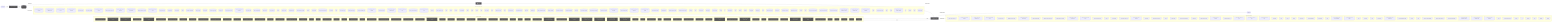
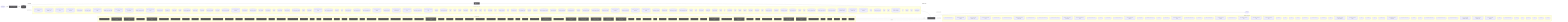
flowchart LR
  UserQ(["👤 User Query"])
  Embed["📐 Embedding Model"]
  VecDB[("📚 Vector Store")]
  Retriever["🔍 Retriever"]
  LLMNode["🧠 LLM / Generator"]
  Output(["✅ Response"])
  UserQ -->|query| Embed
  Embed -->|vector| VecDB
  VecDB -->|top-k chunks| Retriever
  Retriever -->|context + query| LLMNode
  LLMNode -->|generated answer| Output
  subgraph DetectedMemory["Detected memory stores"]
    det_detectedmemory_check_steering_feedback_contract_80134459[("check-steering-feedback-contract")]
    det_detectedmemory_prompt_context_drift_validate_runner_c8ecc6f5[("prompt-context-drift-validate-runner")]
    det_detectedmemory_prompt_context_drift_write_runner_69e6a4fd[("prompt-context-drift-write-runner")]
    det_detectedmemory_normalize_workflow_contracts_8701f1c8[("normalize-workflow-contracts")]
    det_detectedmemory_run_harness_evals_77704768[("run-harness-evals")]
    det_detectedmemory_sync_codex_preflight_7e7a8dc2[("sync-codex-preflight")]
    det_detectedmemory_test_harness_upgrade_matrix_84113c4e[("test-harness-upgrade-matrix")]
    det_detectedmemory_validate_prompt_context_drift_8c949ef6[("validate-prompt-context-drift")]
    det_detectedmemory_validate_runtime_packet_schemas_bc3ba8ec[("validate-runtime-packet-schemas")]
    det_detectedmemory_validate_system_prompt_gap_adoption_62d8c955[("validate-system-prompt-gap-adoption")]
    det_detectedmemory_validate_workflow_contracts_33dc063c[("validate-workflow-contracts")]
    det_detectedmemory_write_prompt_context_drift_report_71a4e149[("write-prompt-context-drift-report")]
    det_detectedmemory_branch_protect_core_a8feb0fd[("branch-protect-core")]
    det_detectedmemory_ci_migrate_core_7005b5af[("ci-migrate-core")]
    det_detectedmemory_context_health_80bb7da9[("context-health")]
    det_detectedmemory_context_ea7792a2[("context")]
    det_detectedmemory_docs_gate_classification_2f51c90b[("docs-gate-classification")]
    det_detectedmemory_docs_gate_types_d285abb6[("docs-gate-types")]
    det_detectedmemory_index_context_de3ed39d[("index-context")]
    det_detectedmemory_local_memory_preflight_dcc36c42[("local-memory-preflight")]
    det_detectedmemory_memory_gate_a577a506[("memory-gate")]
    det_detectedmemory_next_prompt_context_drift_3c5a93d5[("next-prompt-context-drift")]
    det_detectedmemory_next_recommendation_decisions_03315dd4[("next-recommendation-decisions")]
    det_detectedmemory_next_runner_state_be6fe997[("next-runner-state")]
    det_detectedmemory_pattern_scope_siblings_43abe000[("pattern-scope-siblings")]
    det_detectedmemory_review_context_ca6cf81d[("review-context")]
    det_detectedmemory_review_gate_core_4c8001f9[("review-gate-core")]
    det_detectedmemory_search_24193290[("search")]
    det_detectedmemory_session_context_e5ec72c0[("session-context")]
    det_detectedmemory_tooling_audit_core_328d6a41[("tooling-audit-core")]
    det_detectedmemory_run_local_memory_preflight_36e92808[("run-local-memory-preflight")]
    det_detectedmemory_checker_d2d2328e[("checker")]
    det_detectedmemory_context_health_1_ceb11829[("context-health")]
+     det_detectedmemory_prompt_context_drift_report_reader_dda0f4d7[("prompt-context-drift-report-reader")]
    det_detectedmemory_prompt_context_drift_surface_c1e30b42[("prompt-context-drift-surface")]
    det_detectedmemory_test_fixtures_c2f936b0[("test-fixtures")]
    det_detectedmemory_types_2_d9bc6e7a[("types")]
    det_detectedmemory_branch_protect_sync_570adb18[("branch-protect-sync")]
    det_detectedmemory_builtin_command_specs_ac7d392e[("builtin-command-specs")]
    det_detectedmemory_command_capability_rules_ca3f496a[("command-capability-rules")]
    det_detectedmemory_command_expected_artifacts_6469c2fb[("command-expected-artifacts")]
    det_detectedmemory_command_specs_core_1c0ffc99[("command-specs-core")]
    det_detectedmemory_local_memory_preflight_command_spec_9e23f3ce[("local-memory-preflight-command-spec")]
    det_detectedmemory_memory_gate_command_spec_dc9001a9[("memory-gate-command-spec")]
    det_detectedmemory_review_gate_command_spec_3187376a[("review-gate-command-spec")]
    det_detectedmemory_session_context_command_spec_973afbb1[("session-context-command-spec")]
    det_detectedmemory_constants_7517017f[("constants")]
    det_detectedmemory_context_compact_policy_3dcaf95d[("context-compact-policy")]
    det_detectedmemory_index_3_7e40d474[("index")]
    det_detectedmemory_indexer_70fa78e5[("indexer")]
    det_detectedmemory_init_error_5c7dd49f[("init-error")]
    det_detectedmemory_lexical_fallback_723e2b3e[("lexical-fallback")]
    det_detectedmemory_ollama_76e3c7bf[("ollama")]
    det_detectedmemory_rollout_a4fa034c[("rollout")]
    det_detectedmemory_sources_878a52fc[("sources")]
    det_detectedmemory_store_824d80d7[("store")]
    det_detectedmemory_sync_contract_c79fa191[("sync-contract")]
    det_detectedmemory_types_8_f6283648[("types")]
    det_detectedmemory_harness_run_context_ac7c77a9[("harness-run-context")]
    det_detectedmemory_index_4_013aa0e3[("index")]
    det_detectedmemory_json_schema_core_96d7e328[("json-schema-core")]
    det_detectedmemory_policy_validators_core_714a3fe7[("policy-validators-core")]
    det_detectedmemory_types_core_e405ddca[("types-core")]
    det_detectedmemory_validator_core_4358f8ba[("validator-core")]
    det_detectedmemory_archive_candidates_scanner_d0931789[("archive-candidates-scanner")]
    det_detectedmemory_archive_candidates_dc0e40e1[("archive-candidates")]
    det_detectedmemory_docs_task_eval_contract_79347457[("docs-task-eval-contract")]
    det_detectedmemory_docs_task_eval_fixtures_44902755[("docs-task-eval-fixtures")]
    det_detectedmemory_init_modes_c05ceb07[("init-modes")]
    det_detectedmemory_project_brain_templates_7ef51530[("project-brain-templates")]
    det_detectedmemory_scaffold_diagram_templates_dd88e83c[("scaffold-diagram-templates")]
    det_detectedmemory_scaffold_doc_templates_f6152330[("scaffold-doc-templates")]
    det_detectedmemory_scaffold_environment_templates_c1ceba6a[("scaffold-environment-templates")]
    det_detectedmemory_scaffold_hook_templates_8c74ab50[("scaffold-hook-templates")]
    det_detectedmemory_scaffold_root_command_templates_404fed7f[("scaffold-root-command-templates")]
    det_detectedmemory_scaffold_script_template_registry_69312d4e[("scaffold-script-template-registry")]
    det_detectedmemory_scaffold_shell_templates_0ad0f915[("scaffold-shell-templates")]
    det_detectedmemory_scaffold_surfaces_12d6494e[("scaffold-surfaces")]
    det_detectedmemory_scaffold_template_registry_b1cce2aa[("scaffold-template-registry")]
    det_detectedmemory_scaffold_workflow_template_92310587[("scaffold-workflow-template")]
    det_detectedmemory_eval_seed_5699fd3e[("eval-seed")]
    det_detectedmemory_index_10_f6785a46[("index")]
    det_detectedmemory_review_context_1_e3afed15[("review-context")]
    det_detectedmemory_memory_gate_1_265164ac[("memory-gate")]
    det_detectedmemory_branch_enforcer_acb749cd[("branch-enforcer")]
    det_detectedmemory_cli_args_5_09ea29f0[("cli-args")]
    det_detectedmemory_cli_7_dc4a9f7f[("cli")]
    det_detectedmemory_metrics_tracker_98cec29c[("metrics-tracker")]
    det_detectedmemory_types_20_071a0112[("types")]
    det_detectedmemory_validator_5_b19ac2be[("validator")]
    det_detectedmemory_classifier_fe1991a9[("classifier")]
    det_detectedmemory_tooling_paths_560ac80d[("tooling-paths")]
    det_detectedmemory_claim_helpers_20dc8387[("claim-helpers")]
    det_detectedmemory_types_25_89d086aa[("types")]
    det_detectedmemory_local_memory_smoke_1175abfc[("local-memory-smoke")]
    det_detectedmemory_local_memory_0db17ecc[("local-memory")]
    det_detectedmemory_performance_overload_c685bfcf[("performance-overload")]
    det_detectedmemory_suggestion_generator_0956f794[("suggestion-generator")]
    det_detectedmemory_git_head_7346fd6a[("git-head")]
    det_detectedmemory_index_12_762ec91b[("index")]
    det_detectedmemory_prompt_context_drift_builder_a451c7dd[("prompt-context-drift-builder")]
    det_detectedmemory_prompt_context_drift_report_3257a95c[("prompt-context-drift-report")]
    det_detectedmemory_prompt_context_drift_types_ba6863d4[("prompt-context-drift-types")]
    det_detectedmemory_prompt_context_drift_validation_evidence_21f0336f[("prompt-context-drift-validation-evidence")]
    det_detectedmemory_prompt_context_drift_validation_utils_2285f4ac[("prompt-context-drift-validation-utils")]
    det_detectedmemory_prompt_context_drift_validation_8fc01719[("prompt-context-drift-validation")]
    det_detectedmemory_index_13_97df39c8[("index")]
    det_detectedmemory_prompt_context_receipt_17b862b2[("prompt-context-receipt")]
    det_detectedmemory_types_32_bfe791ff[("types")]
    det_detectedmemory_policy_1_fc4198db[("policy")]
    det_detectedmemory_runtime_card_codex_runtime_validation_d8ce9934[("runtime-card-codex-runtime-validation")]
    det_detectedmemory_cli_12_01c06c37[("cli")]
    det_detectedmemory_collector_0736fd5b[("collector")]
    det_detectedmemory_types_35_93e66c64[("types")]
    det_detectedmemory_overload_guard_2748c559[("overload-guard")]
  end
  VecDB -. "implemented by" .-> DetectedMemory
  subgraph DetectedLLM["Detected LLM clients"]
    det_detectedllm_check_codex_agent_roles_5bb2e89b["check-codex-agent-roles"]
    det_detectedllm_check_steering_feedback_contract_80134459["check-steering-feedback-contract"]
    det_detectedllm_prompt_context_drift_validate_runner_c8ecc6f5["prompt-context-drift-validate-runner"]
    det_detectedllm_prompt_context_drift_write_runner_69e6a4fd["prompt-context-drift-write-runner"]
    det_detectedllm_run_harness_evals_77704768["run-harness-evals"]
    det_detectedllm_validate_decision_request_2e5c325e["validate-decision-request"]
    det_detectedllm_validate_goal_completion_audit_receipt_100d252c["validate-goal-completion-audit-receipt"]
    det_detectedllm_validate_packaged_skill_5e32c890["validate-packaged-skill"]
    det_detectedllm_validate_prompt_context_drift_8c949ef6["validate-prompt-context-drift"]
    det_detectedllm_validate_reviewer_coverage_251efee3["validate-reviewer-coverage"]
    det_detectedllm_validate_system_prompt_gap_adoption_62d8c955["validate-system-prompt-gap-adoption"]
    det_detectedllm_write_prompt_context_drift_report_71a4e149["write-prompt-context-drift-report"]
    det_detectedllm_check_environment_core_2c16213f["check-environment-core"]
    det_detectedllm_context_ea7792a2["context"]
    det_detectedllm_index_context_de3ed39d["index-context"]
    det_detectedllm_next_prompt_context_drift_3c5a93d5["next-prompt-context-drift"]
    det_detectedllm_next_recommendation_decisions_03315dd4["next-recommendation-decisions"]
    det_detectedllm_prompt_gate_c5e9d207["prompt-gate"]
    det_detectedllm_remediate_runner_helpers_929fedcc["remediate-runner-helpers"]
    det_detectedllm_search_24193290["search"]
    det_detectedllm_context_health_1_ceb11829["context-health"]
+     det_detectedllm_prompt_context_drift_report_reader_dda0f4d7["prompt-context-drift-report-reader"]
    det_detectedllm_prompt_context_drift_surface_c1e30b42["prompt-context-drift-surface"]
    det_detectedllm_test_fixtures_c2f936b0["test-fixtures"]
    det_detectedllm_builtin_command_specs_ac7d392e["builtin-command-specs"]
    det_detectedllm_command_expected_artifacts_6469c2fb["command-expected-artifacts"]
    det_detectedllm_command_specs_core_1c0ffc99["command-specs-core"]
    det_detectedllm_pilot_evaluate_command_spec_1084ea72["pilot-evaluate-command-spec"]
    det_detectedllm_pilot_rollback_command_spec_4fe69f7d["pilot-rollback-command-spec"]
    det_detectedllm_prompt_gate_command_spec_9a941482["prompt-gate-command-spec"]
    det_detectedllm_constants_7517017f["constants"]
    det_detectedllm_index_3_7e40d474["index"]
    det_detectedllm_indexer_70fa78e5["indexer"]
    det_detectedllm_ollama_76e3c7bf["ollama"]
    det_detectedllm_sync_contract_c79fa191["sync-contract"]
    det_detectedllm_north_star_validators_cfc926ce["north-star-validators"]
    det_detectedllm_hilt_boundary_9b36fb15["hilt-boundary"]
    det_detectedllm_types_10_75e5a4a0["types"]
    det_detectedllm_goal_completion_audit_receipt_validation_9d0f4891["goal-completion-audit-receipt-validation"]
    det_detectedllm_goal_completion_audit_receipt_5e4939c3["goal-completion-audit-receipt"]
    det_detectedllm_index_5_522f772a["index"]
    det_detectedllm_constants_1_a84e15f0["constants"]
    det_detectedllm_types_18_37582e2a["types"]
    det_detectedllm_sensitive_text_7c11f760["sensitive-text"]
    det_detectedllm_pr_template_linked_issue_relationship_a7b61f2c["pr-template-linked-issue-relationship"]
    det_detectedllm_pr_template_validator_rules_20a32d6b["pr-template-validator-rules"]
    det_detectedllm_git_head_7346fd6a["git-head"]
    det_detectedllm_index_12_762ec91b["index"]
    det_detectedllm_prompt_context_drift_builder_a451c7dd["prompt-context-drift-builder"]
    det_detectedllm_prompt_context_drift_report_3257a95c["prompt-context-drift-report"]
    det_detectedllm_prompt_context_drift_types_ba6863d4["prompt-context-drift-types"]
    det_detectedllm_prompt_context_drift_validation_evidence_21f0336f["prompt-context-drift-validation-evidence"]
    det_detectedllm_prompt_context_drift_validation_utils_2285f4ac["prompt-context-drift-validation-utils"]
    det_detectedllm_prompt_context_drift_validation_8fc01719["prompt-context-drift-validation"]
    det_detectedllm_index_13_97df39c8["index"]
    det_detectedllm_prompt_context_receipt_17b862b2["prompt-context-receipt"]
    det_detectedllm_cli_args_9_9c136878["cli-args"]
    det_detectedllm_cli_11_338a8415["cli"]
    det_detectedllm_sections_4697ef32["sections"]
    det_detectedllm_types_28_4476fcc6["types"]
    det_detectedllm_validator_7_f836eb0e["validator"]
    det_detectedllm_cli_args_10_861cdd3f["cli-args"]
  end
  LLMNode -. "implemented by" .-> DetectedLLM
  subgraph DetectedTools["Agentic tool calls"]
    det_detectedtools_check_codex_agent_roles_5bb2e89b["🔧 check-codex-agent-roles"]
    det_detectedtools_check_steering_feedback_contract_80134459["🔧 check-steering-feedback-contract"]
    det_detectedtools_check_tooling_baseline_parity_3124b30a["🔧 check-tooling-baseline-parity"]
    det_detectedtools_run_harness_evals_77704768["🔧 run-harness-evals"]
    det_detectedtools_validate_action_review_receipt_fa2f06c3["🔧 validate-action-review-receipt"]
    det_detectedtools_validate_packaged_skill_5e32c890["🔧 validate-packaged-skill"]
    det_detectedtools_validate_replay_packet_f309747e["🔧 validate-replay-packet"]
    det_detectedtools_ci_migrate_core_7005b5af["🔧 ci-migrate-core"]
    det_detectedtools_doctor_checks_5a2eb2b9["🔧 doctor-checks"]
    det_detectedtools_doctor_github_tool_check_e0a938df["🔧 doctor-github-tool-check"]
    det_detectedtools_doctor_github_tool_checks_a53b0382["🔧 doctor-github-tool-checks"]
    det_detectedtools_doctor_tool_checks_4acac51a["🔧 doctor-tool-checks"]
    det_detectedtools_fleet_plan_repo_ecdc6499["🔧 fleet-plan-repo"]
    det_detectedtools_next_blocked_decisions_4140ad2b["🔧 next-blocked-decisions"]
    det_detectedtools_next_pr_closeout_contract_af31d30a["🔧 next-pr-closeout-contract"]
    det_detectedtools_policy_gate_213f7313["🔧 policy-gate"]
    det_detectedtools_remediate_cli_output_cc165396["🔧 remediate-cli-output"]
    det_detectedtools_remediate_runner_helpers_929fedcc["🔧 remediate-runner-helpers"]
    det_detectedtools_review_gate_core_4c8001f9["🔧 review-gate-core"]
    det_detectedtools_index_1bc04b52["🔧 index"]
    det_detectedtools_types_1_4ecdf56e["🔧 types"]
    det_detectedtools_validation_constants_e002a0f6["🔧 validation-constants"]
    det_detectedtools_validation_98c41dcd["🔧 validation"]
    det_detectedtools_checker_d2d2328e["🔧 checker"]
    det_detectedtools_shared_state_policy_edc9c4db["🔧 shared-state-policy"]
    det_detectedtools_cli_args_1_6144b055["🔧 cli-args"]
    det_detectedtools_command_capabilities_a4d5c71e["🔧 command-capabilities"]
    det_detectedtools_command_capability_rules_ca3f496a["🔧 command-capability-rules"]
    det_detectedtools_linear_command_actions_e430f4f4["🔧 linear-command-actions"]
    det_detectedtools_linear_command_runner_4a740dfc["🔧 linear-command-runner"]
    det_detectedtools_policy_validators_core_714a3fe7["🔧 policy-validators-core"]
    det_detectedtools_shared_state_action_validator_e7b128cd["🔧 shared-state-action-validator"]
    det_detectedtools_types_core_e405ddca["🔧 types-core"]
    det_detectedtools_validator_core_4358f8ba["🔧 validator-core"]
    det_detectedtools_validator_helpers_7b927667["🔧 validator-helpers"]
    det_detectedtools_he_phase_exit_core_1148895b["🔧 he-phase-exit-core"]
    det_detectedtools_environment_runtime_3206f0a8["🔧 environment-runtime"]
    det_detectedtools_observed_skill_usage_ed7d5930["🔧 observed-skill-usage"]
    det_detectedtools_closure_evidence_aaa31467["🔧 closure-evidence"]
    det_detectedtools_pr_creator_dc6b1ea4["🔧 pr-creator"]
    det_detectedtools_client_948fe603["🔧 client"]
    det_detectedtools_init_output_360dce91["🔧 init-output"]
    det_detectedtools_scaffold_ci_templates_2afd6392["🔧 scaffold-ci-templates"]
    det_detectedtools_scaffold_codex_environment_templates_334fbbed["🔧 scaffold-codex-environment-templates"]
    det_detectedtools_scaffold_config_templates_4b80ce53["🔧 scaffold-config-templates"]
    det_detectedtools_scaffold_environment_templates_c1ceba6a["🔧 scaffold-environment-templates"]
    det_detectedtools_scaffold_github_actions_pr_pipeline_renderer_1ee18de5["🔧 scaffold-github-actions-pr-pipeline-renderer"]
    det_detectedtools_scaffold_github_actions_pr_pipeline_template_e2b85f62["🔧 scaffold-github-actions-pr-pipeline-template"]
    det_detectedtools_scaffold_package_command_template_80e32e83["🔧 scaffold-package-command-template"]
    det_detectedtools_scaffold_release_private_npm_template_075499f8["🔧 scaffold-release-private-npm-template"]
    det_detectedtools_constants_1_a84e15f0["🔧 constants"]
    det_detectedtools_index_9_32dd4d91["🔧 index"]
    det_detectedtools_validation_common_6161e48b["🔧 validation-common"]
    det_detectedtools_cli_7_dc4a9f7f["🔧 cli"]
    det_detectedtools_metrics_tracker_98cec29c["🔧 metrics-tracker"]
    det_detectedtools_normalise_renderer_85f2e563["🔧 normalise-renderer"]
    det_detectedtools_evaluation_engine_core_e054fe49["🔧 evaluation-engine-core"]
    det_detectedtools_tooling_baseline_50ab2eeb["🔧 tooling-baseline"]
    det_detectedtools_tooling_paths_560ac80d["🔧 tooling-paths"]
    det_detectedtools_prompt_context_drift_report_3257a95c["🔧 prompt-context-drift-report"]
    det_detectedtools_prompt_context_drift_types_ba6863d4["🔧 prompt-context-drift-types"]
    det_detectedtools_prompt_context_drift_validation_utils_2285f4ac["🔧 prompt-context-drift-validation-utils"]
    det_detectedtools_replay_packet_a1293f88["🔧 replay-packet"]
    det_detectedtools_index_14_d982116c["🔧 index"]
    det_detectedtools_review_lifecycle_contract_e5447221["🔧 review-lifecycle-contract"]
    det_detectedtools_review_lifecycle_89afa64c["🔧 review-lifecycle"]
    det_detectedtools_runtime_card_codex_runtime_validation_d8ce9934["🔧 runtime-card-codex-runtime-validation"]
    det_detectedtools_runtime_card_codex_runtime_0655e230["🔧 runtime-card-codex-runtime"]
    det_detectedtools_runtime_evidence_bundle_d471a232["🔧 runtime-evidence-bundle"]
    det_detectedtools_types_37_32ccf9f9["🔧 types"]
    det_detectedtools_index_17_642943a2["🔧 index"]
    det_detectedtools_projection_1b250ea1["🔧 projection"]
    det_detectedtools_types_39_d07de160["🔧 types"]
    det_detectedtools_validation_8_b9fa10af["🔧 validation"]
  end
  LLMNode -->|tool use| DetectedTools
  DetectedTools -->|result| LLMNode
  classDef memNode fill:#555,color:#fff
  class VecDB,Retriever memNode
  classDef llmNode fill:#555,color:#fff
  class LLMNode,Embed llmNode
  classDef toolNode fill:#555,color:#fff
  class det_detectedtools_check_codex_agent_roles_5bb2e89b,det_detectedtools_check_steering_feedback_contract_80134459,det_detectedtools_check_tooling_baseline_parity_3124b30a,det_detectedtools_run_harness_evals_77704768,det_detectedtools_validate_action_review_receipt_fa2f06c3,det_detectedtools_validate_packaged_skill_5e32c890,det_detectedtools_validate_replay_packet_f309747e,det_detectedtools_ci_migrate_core_7005b5af,det_detectedtools_doctor_checks_5a2eb2b9,det_detectedtools_doctor_github_tool_check_e0a938df,det_detectedtools_doctor_github_tool_checks_a53b0382,det_detectedtools_doctor_tool_checks_4acac51a,det_detectedtools_fleet_plan_repo_ecdc6499,det_detectedtools_next_blocked_decisions_4140ad2b,det_detectedtools_next_pr_closeout_contract_af31d30a,det_detectedtools_policy_gate_213f7313,det_detectedtools_remediate_cli_output_cc165396,det_detectedtools_remediate_runner_helpers_929fedcc,det_detectedtools_review_gate_core_4c8001f9,det_detectedtools_index_1bc04b52,det_detectedtools_types_1_4ecdf56e,det_detectedtools_validation_constants_e002a0f6,det_detectedtools_validation_98c41dcd,det_detectedtools_checker_d2d2328e,det_detectedtools_shared_state_policy_edc9c4db,det_detectedtools_cli_args_1_6144b055,det_detectedtools_command_capabilities_a4d5c71e,det_detectedtools_command_capability_rules_ca3f496a,det_detectedtools_linear_command_actions_e430f4f4,det_detectedtools_linear_command_runner_4a740dfc,det_detectedtools_policy_validators_core_714a3fe7,det_detectedtools_shared_state_action_validator_e7b128cd,det_detectedtools_types_core_e405ddca,det_detectedtools_validator_core_4358f8ba,det_detectedtools_validator_helpers_7b927667,det_detectedtools_he_phase_exit_core_1148895b,det_detectedtools_environment_runtime_3206f0a8,det_detectedtools_observed_skill_usage_ed7d5930,det_detectedtools_closure_evidence_aaa31467,det_detectedtools_pr_creator_dc6b1ea4,det_detectedtools_client_948fe603,det_detectedtools_init_output_360dce91,det_detectedtools_scaffold_ci_templates_2afd6392,det_detectedtools_scaffold_codex_environment_templates_334fbbed,det_detectedtools_scaffold_config_templates_4b80ce53,det_detectedtools_scaffold_environment_templates_c1ceba6a,det_detectedtools_scaffold_github_actions_pr_pipeline_renderer_1ee18de5,det_detectedtools_scaffold_github_actions_pr_pipeline_template_e2b85f62,det_detectedtools_scaffold_package_command_template_80e32e83,det_detectedtools_scaffold_release_private_npm_template_075499f8,det_detectedtools_constants_1_a84e15f0,det_detectedtools_index_9_32dd4d91,det_detectedtools_validation_common_6161e48b,det_detectedtools_cli_7_dc4a9f7f,det_detectedtools_metrics_tracker_98cec29c,det_detectedtools_normalise_renderer_85f2e563,det_detectedtools_evaluation_engine_core_e054fe49,det_detectedtools_tooling_baseline_50ab2eeb,det_detectedtools_tooling_paths_560ac80d,det_detectedtools_prompt_context_drift_report_3257a95c,det_detectedtools_prompt_context_drift_types_ba6863d4,det_detectedtools_prompt_context_drift_validation_utils_2285f4ac,det_detectedtools_replay_packet_a1293f88,det_detectedtools_index_14_d982116c,det_detectedtools_review_lifecycle_contract_e5447221,det_detectedtools_review_lifecycle_89afa64c,det_detectedtools_runtime_card_codex_runtime_validation_d8ce9934,det_detectedtools_runtime_card_codex_runtime_0655e230,det_detectedtools_runtime_evidence_bundle_d471a232,det_detectedtools_types_37_32ccf9f9,det_detectedtools_index_17_642943a2,det_detectedtools_projection_1b250ea1,det_detectedtools_types_39_d07de160,det_detectedtools_validation_8_b9fa10af toolNode
